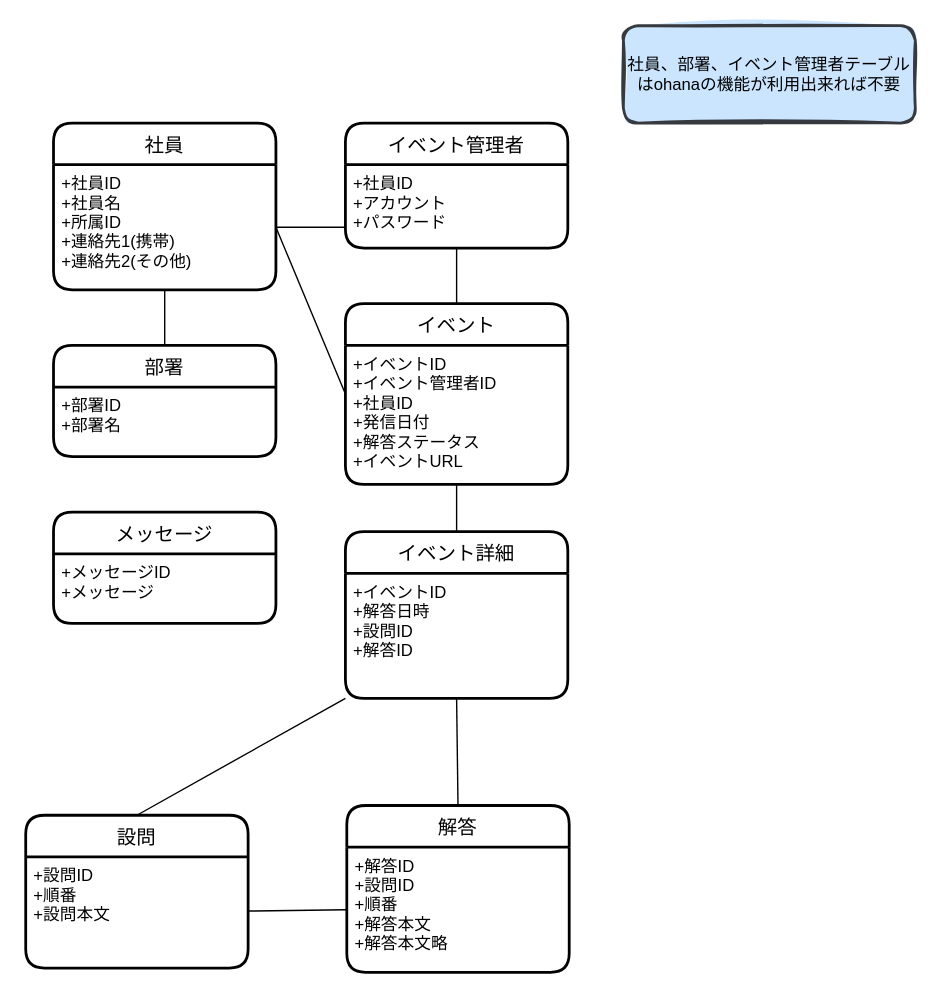
The draw.io diagram safetyConfirmation/doc/03_ER/safetyConfirmation_er.drawio in ken-fulGit/fulGit, before the edit. Source tidied: cells renumbered, new cells numbered last; positions are measured from the earlier drawing's top-left corner, leaving out a move shared by most shapes. Both pictures are drawn from the tidied source at 139%, with x=0, y=0 at pixel (25, 25).
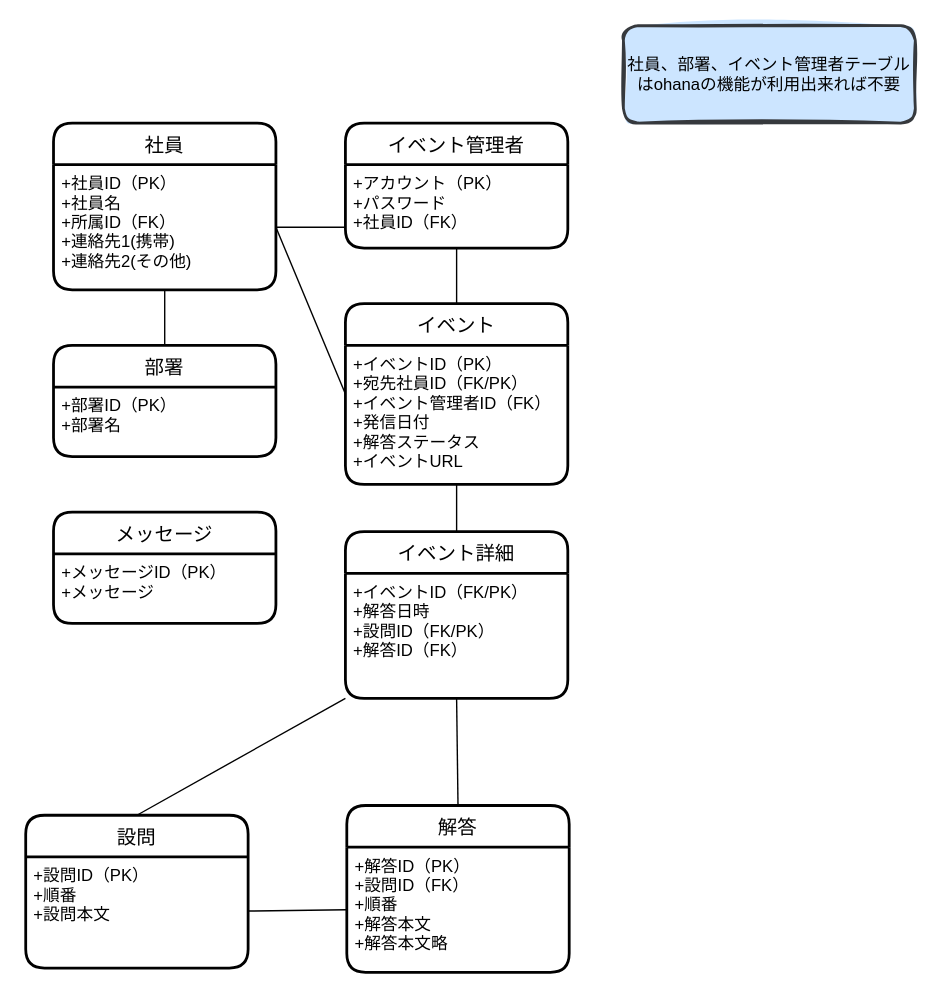
After the change.

The change refers to these unchanged cells:
```xml
<mxCell id="2" value="社員" style="swimlane;horizontal=1;startSize=30;rounded=1;fontSize=14;fontStyle=0;strokeWidth=2;shadow=0;dashed=0;align=center;" parent="1" vertex="1">
  <mxGeometry x="20" y="70" width="160" height="120" as="geometry" />
</mxCell>
<mxCell id="5" value="部署" style="swimlane;horizontal=1;startSize=30;rounded=1;fontSize=14;fontStyle=0;strokeWidth=2;shadow=0;dashed=0;align=center;" parent="1" vertex="1">
  <mxGeometry x="20" y="230" width="160" height="80" as="geometry" />
</mxCell>
<mxCell id="7" value="メッセージ" style="swimlane;horizontal=1;startSize=30;rounded=1;fontSize=14;fontStyle=0;strokeWidth=2;shadow=0;dashed=0;align=center;" parent="1" vertex="1">
  <mxGeometry x="20" y="350" width="160" height="80" as="geometry" />
</mxCell>
<mxCell id="9" value="設問" style="swimlane;horizontal=1;startSize=30;rounded=1;fontSize=14;fontStyle=0;strokeWidth=2;shadow=0;dashed=0;align=center;" parent="1" vertex="1">
  <mxGeometry y="568" width="160" height="110" as="geometry" />
</mxCell>
<mxCell id="11" value="解答" style="swimlane;horizontal=1;startSize=30;rounded=1;fontSize=14;fontStyle=0;strokeWidth=2;shadow=0;dashed=0;align=center;" parent="1" vertex="1">
  <mxGeometry x="231" y="561" width="160" height="120" as="geometry" />
</mxCell>
<mxCell id="15" value="イベント" style="swimlane;horizontal=1;startSize=30;rounded=1;fontSize=14;fontStyle=0;strokeWidth=2;shadow=0;dashed=0;align=center;" parent="1" vertex="1">
  <mxGeometry x="230" y="200" width="160" height="130" as="geometry" />
</mxCell>
<mxCell id="18" value="イベント管理者" style="swimlane;horizontal=1;startSize=30;rounded=1;fontSize=14;fontStyle=0;strokeWidth=2;shadow=0;dashed=0;align=center;" parent="1" vertex="1">
  <mxGeometry x="230" y="70" width="160" height="90" as="geometry" />
</mxCell>
<mxCell id="22" value="イベント詳細" style="swimlane;horizontal=1;startSize=30;rounded=1;fontSize=14;fontStyle=0;strokeWidth=2;shadow=0;dashed=0;align=center;" parent="1" vertex="1">
  <mxGeometry x="230" y="364" width="160" height="120" as="geometry" />
</mxCell>
```

Change to the diagram source:
```diff
@@
-    <mxCell id="3" value="+社員ID&#10;+社員名&#10;+所属ID&#10;+連絡先1(携帯)&#10;+連絡先2(その他)" style="align=left;strokeColor=none;fillColor=none;spacingLeft=4;fontSize=12;verticalAlign=top;" parent="2" vertex="1">
+    <mxCell id="3" value="+社員ID（PK）&#10;+社員名&#10;+所属ID（FK）&#10;+連絡先1(携帯)&#10;+連絡先2(その他)" style="align=left;strokeColor=none;fillColor=none;spacingLeft=4;fontSize=12;verticalAlign=top;" parent="2" vertex="1">
       <mxGeometry y="30" width="160" height="90" as="geometry" />
     </mxCell>
@@
-    <mxCell id="6" value="+部署ID&#10;+部署名&#10;" style="align=left;strokeColor=none;fillColor=none;spacingLeft=4;fontSize=12;verticalAlign=top;" parent="5" vertex="1">
+    <mxCell id="6" value="+部署ID（PK）&#10;+部署名&#10;" style="align=left;strokeColor=none;fillColor=none;spacingLeft=4;fontSize=12;verticalAlign=top;" parent="5" vertex="1">
       <mxGeometry y="30" width="160" height="50" as="geometry" />
     </mxCell>
@@
-    <mxCell id="8" value="+メッセージID&#10;+メッセージ&#10;" style="align=left;strokeColor=none;fillColor=none;spacingLeft=4;fontSize=12;verticalAlign=top;" parent="7" vertex="1">
+    <mxCell id="8" value="+メッセージID（PK）&#10;+メッセージ&#10;" style="align=left;strokeColor=none;fillColor=none;spacingLeft=4;fontSize=12;verticalAlign=top;" parent="7" vertex="1">
       <mxGeometry y="30" width="160" height="50" as="geometry" />
     </mxCell>
@@
-    <mxCell id="10" value="+設問ID&#10;+順番&#10;+設問本文&#10;&#10;" style="align=left;strokeColor=none;fillColor=none;spacingLeft=4;fontSize=12;verticalAlign=top;" parent="9" vertex="1">
+    <mxCell id="10" value="+設問ID（PK）&#10;+順番&#10;+設問本文&#10;&#10;" style="align=left;strokeColor=none;fillColor=none;spacingLeft=4;fontSize=12;verticalAlign=top;" parent="9" vertex="1">
       <mxGeometry y="30" width="160" height="80" as="geometry" />
     </mxCell>
@@
-    <mxCell id="12" value="+解答ID&#10;+設問ID&#10;+順番&#10;+解答本文&#10;+解答本文略" style="align=left;strokeColor=none;fillColor=none;spacingLeft=4;fontSize=12;verticalAlign=top;" parent="11" vertex="1">
+    <mxCell id="12" value="+解答ID（PK）&#10;+設問ID（FK）&#10;+順番&#10;+解答本文&#10;+解答本文略" style="align=left;strokeColor=none;fillColor=none;spacingLeft=4;fontSize=12;verticalAlign=top;" parent="11" vertex="1">
       <mxGeometry y="30" width="160" height="90" as="geometry" />
     </mxCell>
@@
-    <mxCell id="16" value="+イベントID&#10;+イベント管理者ID&#10;+社員ID&#10;+発信日付&#10;+解答ステータス&#10;+イベントURL&#10;" style="align=left;strokeColor=none;fillColor=none;spacingLeft=4;fontSize=12;verticalAlign=top;" parent="15" vertex="1">
+    <mxCell id="16" value="+イベントID（PK）&#10;+宛先社員ID（FK/PK）&#10;+イベント管理者ID（FK）&#10;+発信日付&#10;+解答ステータス&#10;+イベントURL&#10;" style="align=left;strokeColor=none;fillColor=none;spacingLeft=4;fontSize=12;verticalAlign=top;" parent="15" vertex="1">
       <mxGeometry y="30" width="160" height="100" as="geometry" />
     </mxCell>
@@
-    <mxCell id="19" value="+社員ID&#10;+アカウント&#10;+パスワード" style="align=left;strokeColor=none;fillColor=none;spacingLeft=4;fontSize=12;verticalAlign=top;" parent="18" vertex="1">
+    <mxCell id="19" value="+アカウント（PK）&#10;+パスワード&#10;+社員ID（FK）&#10;" style="align=left;strokeColor=none;fillColor=none;spacingLeft=4;fontSize=12;verticalAlign=top;" parent="18" vertex="1">
       <mxGeometry y="30" width="160" height="60" as="geometry" />
     </mxCell>
@@
-    <mxCell id="23" value="+イベントID&#10;+解答日時&#10;+設問ID&#10;+解答ID" style="align=left;strokeColor=none;fillColor=none;spacingLeft=4;fontSize=12;verticalAlign=top;" parent="22" vertex="1">
+    <mxCell id="23" value="+イベントID（FK/PK）&#10;+解答日時&#10;+設問ID（FK/PK）&#10;+解答ID（FK）" style="align=left;strokeColor=none;fillColor=none;spacingLeft=4;fontSize=12;verticalAlign=top;" parent="22" vertex="1">
       <mxGeometry y="30" width="160" height="90" as="geometry" />
     </mxCell>
```
